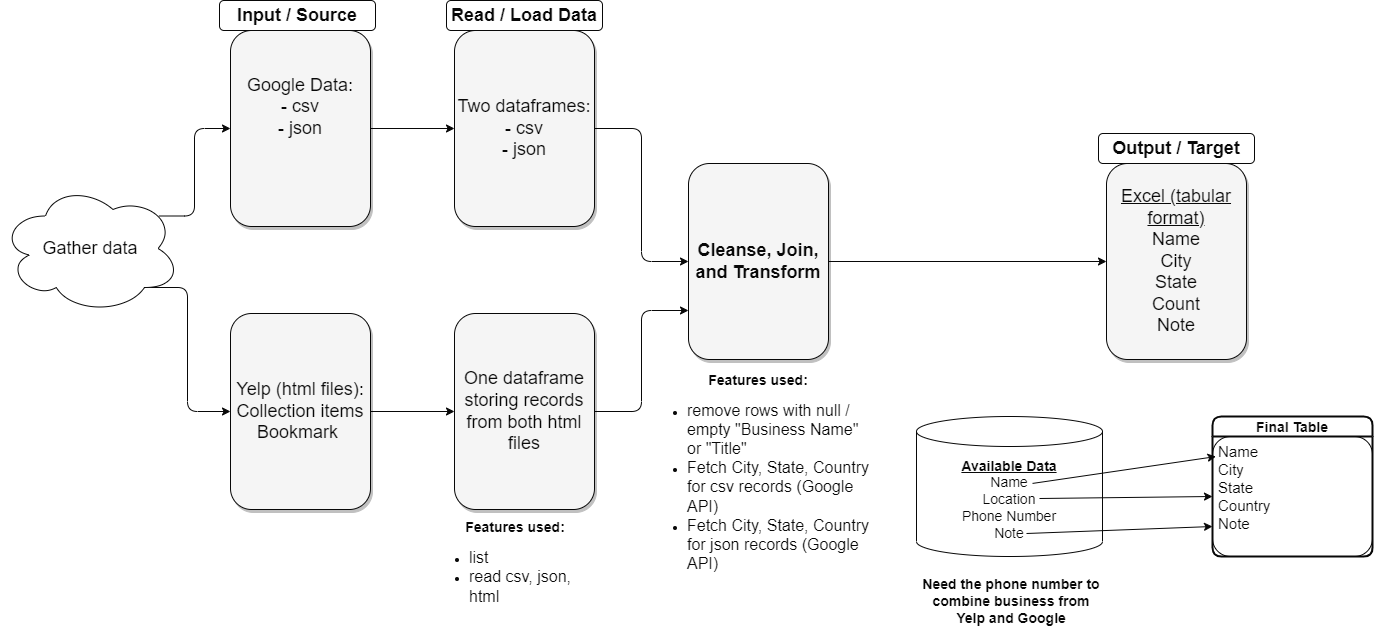
mary-vo/my-google-and-yelp-places keeps this draw.io diagram as diagram.png. Above is the earlier version. Source tidied: cells renumbered, new cells last; positions are measured from the earlier drawing's top-left corner, leaving out a move shared by most shapes. The source it was exported from:
```xml
<mxGraphModel background="#ffffff">
  <root>
    <mxCell id="0" style="html=1;" />
    <mxCell id="1" style="html=1;" parent="0" />
    <mxCell id="2" style="edgeStyle=none;rounded=1;jettySize=auto;html=1;exitX=1;exitY=0.5;exitDx=0;exitDy=0;entryX=0;entryY=0.5;entryDx=0;entryDy=0;strokeColor=#080808;fontColor=#080808;" parent="1" edge="1" source="3" target="8">
      <mxGeometry relative="1" as="geometry" />
    </mxCell>
    <mxCell id="3" value="Google Data:&lt;br style=&quot;border-color: var(--border-color);&quot;&gt;- csv&lt;br&gt;- json&lt;br&gt;&lt;br&gt;&amp;nbsp;" style="whiteSpace=wrap;html=1;shadow=1;fontSize=18;fillColor=#f5f5f5;strokeColor=#080808;rounded=1;fontColor=#080808;" parent="1" vertex="1">
      <mxGeometry x="230" y="30" width="140" height="196" as="geometry" />
    </mxCell>
    <mxCell id="4" value="&lt;b&gt;Input / Source&lt;/b&gt;" style="text;strokeColor=#080808;align=center;fillColor=none;html=1;verticalAlign=middle;whiteSpace=wrap;rounded=1;fontSize=18;fontColor=#080808;" parent="1" vertex="1">
      <mxGeometry x="219" width="156" height="30" as="geometry" />
    </mxCell>
    <mxCell id="5" style="edgeStyle=orthogonalEdgeStyle;rounded=1;jettySize=auto;html=1;exitX=1;exitY=0.5;exitDx=0;exitDy=0;entryX=0;entryY=0.5;entryDx=0;entryDy=0;strokeColor=#080808;fontColor=#080808;" parent="1" edge="1" source="6" target="10">
      <mxGeometry relative="1" as="geometry" />
    </mxCell>
    <mxCell id="6" value="Yelp (html files):&lt;br&gt;Collection items&lt;br&gt;Bookmark&amp;nbsp;" style="whiteSpace=wrap;html=1;shadow=1;fontSize=18;fillColor=#f5f5f5;strokeColor=#080808;rounded=1;fontColor=#080808;" parent="1" vertex="1">
      <mxGeometry x="230" y="313" width="140" height="196" as="geometry" />
    </mxCell>
    <mxCell id="7" style="edgeStyle=orthogonalEdgeStyle;rounded=1;jettySize=auto;html=1;exitX=1;exitY=0.5;exitDx=0;exitDy=0;entryX=0;entryY=0.5;entryDx=0;entryDy=0;strokeColor=#080808;fontColor=#080808;" parent="1" edge="1" source="8" target="12">
      <mxGeometry relative="1" as="geometry" />
    </mxCell>
    <mxCell id="8" value="Two dataframes:&lt;br&gt;- csv&lt;br&gt;- json" style="whiteSpace=wrap;html=1;shadow=1;fontSize=18;fillColor=#f5f5f5;strokeColor=#080808;rounded=1;fontColor=#080808;" parent="1" vertex="1">
      <mxGeometry x="454" y="30" width="140" height="196" as="geometry" />
    </mxCell>
    <mxCell id="9" style="edgeStyle=orthogonalEdgeStyle;rounded=1;jettySize=auto;html=1;exitX=1;exitY=0.5;exitDx=0;exitDy=0;entryX=0;entryY=0.75;entryDx=0;entryDy=0;strokeColor=#080808;fontColor=#080808;" parent="1" edge="1" source="10" target="12">
      <mxGeometry relative="1" as="geometry" />
    </mxCell>
    <mxCell id="10" value="One dataframe&lt;br&gt;storing records from both html files" style="whiteSpace=wrap;html=1;shadow=1;fontSize=18;fillColor=#f5f5f5;strokeColor=#080808;rounded=1;fontColor=#080808;" parent="1" vertex="1">
      <mxGeometry x="454" y="313" width="140" height="196" as="geometry" />
    </mxCell>
    <mxCell id="11" style="edgeStyle=orthogonalEdgeStyle;rounded=1;jettySize=auto;html=1;exitX=1;exitY=0.5;exitDx=0;exitDy=0;strokeColor=#080808;fontColor=#080808;" parent="1" edge="1" source="12" target="13">
      <mxGeometry relative="1" as="geometry" />
    </mxCell>
    <mxCell id="12" value="&lt;b&gt;Cleanse, Join, and Transform&lt;/b&gt;" style="whiteSpace=wrap;html=1;shadow=1;fontSize=18;fillColor=#f5f5f5;strokeColor=#080808;rounded=1;fontColor=#080808;" parent="1" vertex="1">
      <mxGeometry x="688" y="163" width="140" height="196" as="geometry" />
    </mxCell>
    <mxCell id="13" value="&lt;span style=&quot;text-decoration-line: underline;&quot;&gt;Excel (tabular format)&lt;/span&gt;&lt;br&gt;Name&lt;br&gt;City&lt;br&gt;State&lt;br&gt;Count&lt;br&gt;Note" style="whiteSpace=wrap;html=1;shadow=1;fontSize=18;fillColor=#f5f5f5;strokeColor=#080808;rounded=1;fontColor=#080808;" parent="1" vertex="1">
      <mxGeometry x="1106" y="163" width="140" height="196" as="geometry" />
    </mxCell>
    <mxCell id="14" style="edgeStyle=elbowEdgeStyle;rounded=1;jettySize=auto;html=1;exitX=0.88;exitY=0.25;exitDx=0;exitDy=0;exitPerimeter=0;entryX=0;entryY=0.5;entryDx=0;entryDy=0;strokeColor=#080808;fontColor=#080808;" parent="1" edge="1" source="16" target="3">
      <mxGeometry relative="1" as="geometry" />
    </mxCell>
    <mxCell id="15" style="edgeStyle=elbowEdgeStyle;rounded=1;jettySize=auto;html=1;exitX=0.8;exitY=0.8;exitDx=0;exitDy=0;exitPerimeter=0;entryX=0;entryY=0.5;entryDx=0;entryDy=0;strokeColor=#080808;fontColor=#080808;" parent="1" edge="1" source="16" target="6">
      <mxGeometry relative="1" as="geometry" />
    </mxCell>
    <mxCell id="16" value="&lt;font style=&quot;font-size: 18px;&quot;&gt;Gather data&lt;/font&gt;" style="ellipse;shape=cloud;whiteSpace=wrap;html=1;rounded=1;strokeColor=#080808;fontColor=#080808;" parent="1" vertex="1">
      <mxGeometry y="183" width="180" height="130" as="geometry" />
    </mxCell>
    <mxCell id="17" value="&lt;b&gt;Read / Load Data&lt;/b&gt;" style="text;strokeColor=#080808;align=center;fillColor=none;html=1;verticalAlign=middle;whiteSpace=wrap;rounded=1;fontSize=18;fontColor=#080808;" parent="1" vertex="1">
      <mxGeometry x="446" width="156" height="30" as="geometry" />
    </mxCell>
    <mxCell id="18" value="&lt;b&gt;Output / Target&lt;/b&gt;" style="text;strokeColor=#080808;align=center;fillColor=none;html=1;verticalAlign=middle;whiteSpace=wrap;rounded=1;fontSize=18;fontColor=#080808;" parent="1" vertex="1">
      <mxGeometry x="1098" y="133" width="156" height="30" as="geometry" />
    </mxCell>
    <mxCell id="19" value="&lt;font style=&quot;font-size: 14px;&quot;&gt;&lt;b&gt;&lt;u&gt;Available Data&lt;/u&gt;&lt;/b&gt;&lt;br&gt;Name&lt;br&gt;Location&lt;br&gt;Phone Number&lt;br&gt;Note&lt;br&gt;&lt;/font&gt;" style="shape=cylinder3;whiteSpace=wrap;html=1;boundedLbl=1;backgroundOutline=1;size=15;rounded=1;strokeColor=#080808;fontColor=#080808;" parent="1" vertex="1">
      <mxGeometry x="916" y="416" width="186" height="140" as="geometry" />
    </mxCell>
    <mxCell id="20" value="Final Table" style="swimlane;horizontal=1;startSize=20;rounded=1;fontSize=14;fontStyle=1;strokeWidth=2;shadow=0;dashed=0;align=center;strokeColor=#080808;fontColor=#080808;" parent="1" vertex="1">
      <mxGeometry x="1212" y="416" width="160" height="140" as="geometry" />
    </mxCell>
    <mxCell id="21" value="Name&#10;City&#10;State&#10;Country&#10;Note" style="align=left;strokeColor=#080808;fillColor=none;spacingLeft=4;fontSize=15;verticalAlign=top;rounded=1;fontColor=#080808;" parent="20" vertex="1">
      <mxGeometry y="20" width="160" height="120" as="geometry" />
    </mxCell>
    <mxCell id="22" style="endArrow=classic;html=1;rounded=1;fontSize=14;entryX=0;entryY=0.5;entryDx=0;entryDy=0;strokeColor=#080808;fontColor=#080808;" parent="1" edge="1" target="21">
      <mxGeometry relative="1" as="geometry">
        <mxPoint x="1039" y="498" as="sourcePoint" />
      </mxGeometry>
    </mxCell>
    <mxCell id="23" style="endArrow=classic;html=1;rounded=1;fontSize=14;exitX=0.624;exitY=0.478;exitDx=0;exitDy=0;exitPerimeter=0;entryX=0.022;entryY=0.167;entryDx=0;entryDy=0;entryPerimeter=0;strokeColor=#080808;fontColor=#080808;" parent="1" edge="1" source="19" target="21">
      <mxGeometry relative="1" as="geometry" />
    </mxCell>
    <mxCell id="24" style="endArrow=classic;html=1;rounded=1;fontSize=14;entryX=0;entryY=0.75;entryDx=0;entryDy=0;strokeColor=#080808;fontColor=#080808;" parent="1" edge="1" target="21">
      <mxGeometry relative="1" as="geometry">
        <mxPoint x="1026" y="533" as="sourcePoint" />
      </mxGeometry>
    </mxCell>
    <mxCell id="25" value="Need the phone number to combine business from Yelp and Google" style="text;strokeColor=none;align=center;fillColor=none;html=1;verticalAlign=middle;whiteSpace=wrap;rounded=1;fontSize=14;fontStyle=1;fontColor=#080808;" parent="1" vertex="1">
      <mxGeometry x="916" y="586" width="190" height="30" as="geometry" />
    </mxCell>
    <mxCell id="26" value="&lt;font style=&quot;font-size: 14px;&quot;&gt;&lt;b&gt;Features used:&lt;/b&gt;&lt;br&gt;&lt;/font&gt;&lt;ul&gt;&lt;li style=&quot;text-align: left;&quot;&gt;&lt;font size=&quot;3&quot;&gt;remove rows with null / empty &quot;Business Name&quot; or &quot;Title&quot;&amp;nbsp;&lt;/font&gt;&lt;/li&gt;&lt;li style=&quot;text-align: left;&quot;&gt;&lt;font size=&quot;3&quot;&gt;Fetch City, State, Country for csv records (Google API)&lt;/font&gt;&lt;/li&gt;&lt;li style=&quot;border-color: var(--border-color); text-align: left;&quot;&gt;&lt;font style=&quot;border-color: var(--border-color);&quot; size=&quot;3&quot;&gt;Fetch City, State, Country for json records (Google API)&lt;/font&gt;&lt;/li&gt;&lt;/ul&gt;" style="text;strokeColor=none;align=center;fillColor=none;html=1;verticalAlign=middle;whiteSpace=wrap;rounded=1;fontColor=#080808;" parent="1" vertex="1">
      <mxGeometry x="646" y="463" width="224" height="30" as="geometry" />
    </mxCell>
    <mxCell id="27" value="&lt;font style=&quot;font-size: 14px;&quot;&gt;&lt;b&gt;Features used:&lt;/b&gt;&lt;br&gt;&lt;/font&gt;&lt;ul&gt;&lt;li style=&quot;text-align: left;&quot;&gt;&lt;font size=&quot;3&quot;&gt;list&lt;/font&gt;&lt;/li&gt;&lt;li style=&quot;text-align: left;&quot;&gt;&lt;font size=&quot;3&quot;&gt;read csv, json, html&lt;/font&gt;&lt;/li&gt;&lt;/ul&gt;" style="text;strokeColor=none;align=center;fillColor=none;html=1;verticalAlign=middle;whiteSpace=wrap;rounded=1;fontColor=#080808;" parent="1" vertex="1">
      <mxGeometry x="428" y="553" width="174" height="30" as="geometry" />
    </mxCell>
  </root>
</mxGraphModel>
```
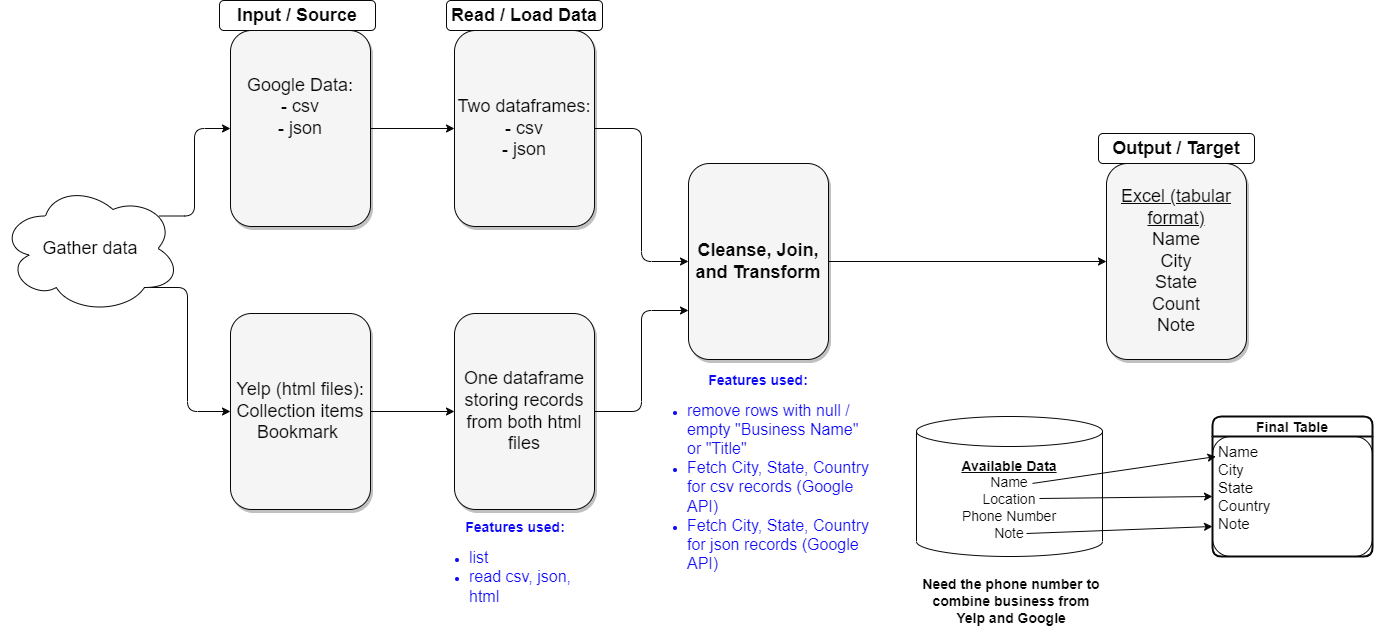
The same diagram one commit later.

The edit, as a diff of the source:
```diff
@@ -78,10 +78,10 @@
     <mxCell id="25" value="Need the phone number to combine business from Yelp and Google" style="text;strokeColor=none;align=center;fillColor=none;html=1;verticalAlign=middle;whiteSpace=wrap;rounded=1;fontSize=14;fontStyle=1;fontColor=#080808;" parent="1" vertex="1">
       <mxGeometry x="916" y="586" width="190" height="30" as="geometry" />
     </mxCell>
-    <mxCell id="26" value="&lt;font style=&quot;font-size: 14px;&quot;&gt;&lt;b&gt;Features used:&lt;/b&gt;&lt;br&gt;&lt;/font&gt;&lt;ul&gt;&lt;li style=&quot;text-align: left;&quot;&gt;&lt;font size=&quot;3&quot;&gt;remove rows with null / empty &quot;Business Name&quot; or &quot;Title&quot;&amp;nbsp;&lt;/font&gt;&lt;/li&gt;&lt;li style=&quot;text-align: left;&quot;&gt;&lt;font size=&quot;3&quot;&gt;Fetch City, State, Country for csv records (Google API)&lt;/font&gt;&lt;/li&gt;&lt;li style=&quot;border-color: var(--border-color); text-align: left;&quot;&gt;&lt;font style=&quot;border-color: var(--border-color);&quot; size=&quot;3&quot;&gt;Fetch City, State, Country for json records (Google API)&lt;/font&gt;&lt;/li&gt;&lt;/ul&gt;" style="text;strokeColor=none;align=center;fillColor=none;html=1;verticalAlign=middle;whiteSpace=wrap;rounded=1;fontColor=#080808;" parent="1" vertex="1">
+    <mxCell id="26" value="&lt;font style=&quot;font-size: 14px;&quot;&gt;&lt;b&gt;Features used:&lt;/b&gt;&lt;br&gt;&lt;/font&gt;&lt;ul&gt;&lt;li style=&quot;text-align: left;&quot;&gt;&lt;font size=&quot;3&quot;&gt;remove rows with null / empty &quot;Business Name&quot; or &quot;Title&quot;&amp;nbsp;&lt;/font&gt;&lt;/li&gt;&lt;li style=&quot;text-align: left;&quot;&gt;&lt;font size=&quot;3&quot;&gt;Fetch City, State, Country for csv records (Google API)&lt;/font&gt;&lt;/li&gt;&lt;li style=&quot;border-color: var(--border-color); text-align: left;&quot;&gt;&lt;font style=&quot;border-color: var(--border-color);&quot; size=&quot;3&quot;&gt;Fetch City, State, Country for json records (Google API)&lt;/font&gt;&lt;/li&gt;&lt;/ul&gt;" style="text;strokeColor=none;align=center;fillColor=none;html=1;verticalAlign=middle;whiteSpace=wrap;rounded=1;fontColor=#0e0af5;" parent="1" vertex="1">
       <mxGeometry x="646" y="463" width="224" height="30" as="geometry" />
     </mxCell>
-    <mxCell id="27" value="&lt;font style=&quot;font-size: 14px;&quot;&gt;&lt;b&gt;Features used:&lt;/b&gt;&lt;br&gt;&lt;/font&gt;&lt;ul&gt;&lt;li style=&quot;text-align: left;&quot;&gt;&lt;font size=&quot;3&quot;&gt;list&lt;/font&gt;&lt;/li&gt;&lt;li style=&quot;text-align: left;&quot;&gt;&lt;font size=&quot;3&quot;&gt;read csv, json, html&lt;/font&gt;&lt;/li&gt;&lt;/ul&gt;" style="text;strokeColor=none;align=center;fillColor=none;html=1;verticalAlign=middle;whiteSpace=wrap;rounded=1;fontColor=#080808;" parent="1" vertex="1">
+    <mxCell id="27" value="&lt;font style=&quot;font-size: 14px;&quot;&gt;&lt;b&gt;Features used:&lt;/b&gt;&lt;br&gt;&lt;/font&gt;&lt;ul&gt;&lt;li style=&quot;text-align: left;&quot;&gt;&lt;font size=&quot;3&quot;&gt;list&lt;/font&gt;&lt;/li&gt;&lt;li style=&quot;text-align: left;&quot;&gt;&lt;font size=&quot;3&quot;&gt;read csv, json, html&lt;/font&gt;&lt;/li&gt;&lt;/ul&gt;" style="text;strokeColor=none;align=center;fillColor=none;html=1;verticalAlign=middle;whiteSpace=wrap;rounded=1;fontColor=#0e0af5;" parent="1" vertex="1">
       <mxGeometry x="428" y="553" width="174" height="30" as="geometry" />
     </mxCell>
   </root>
```
